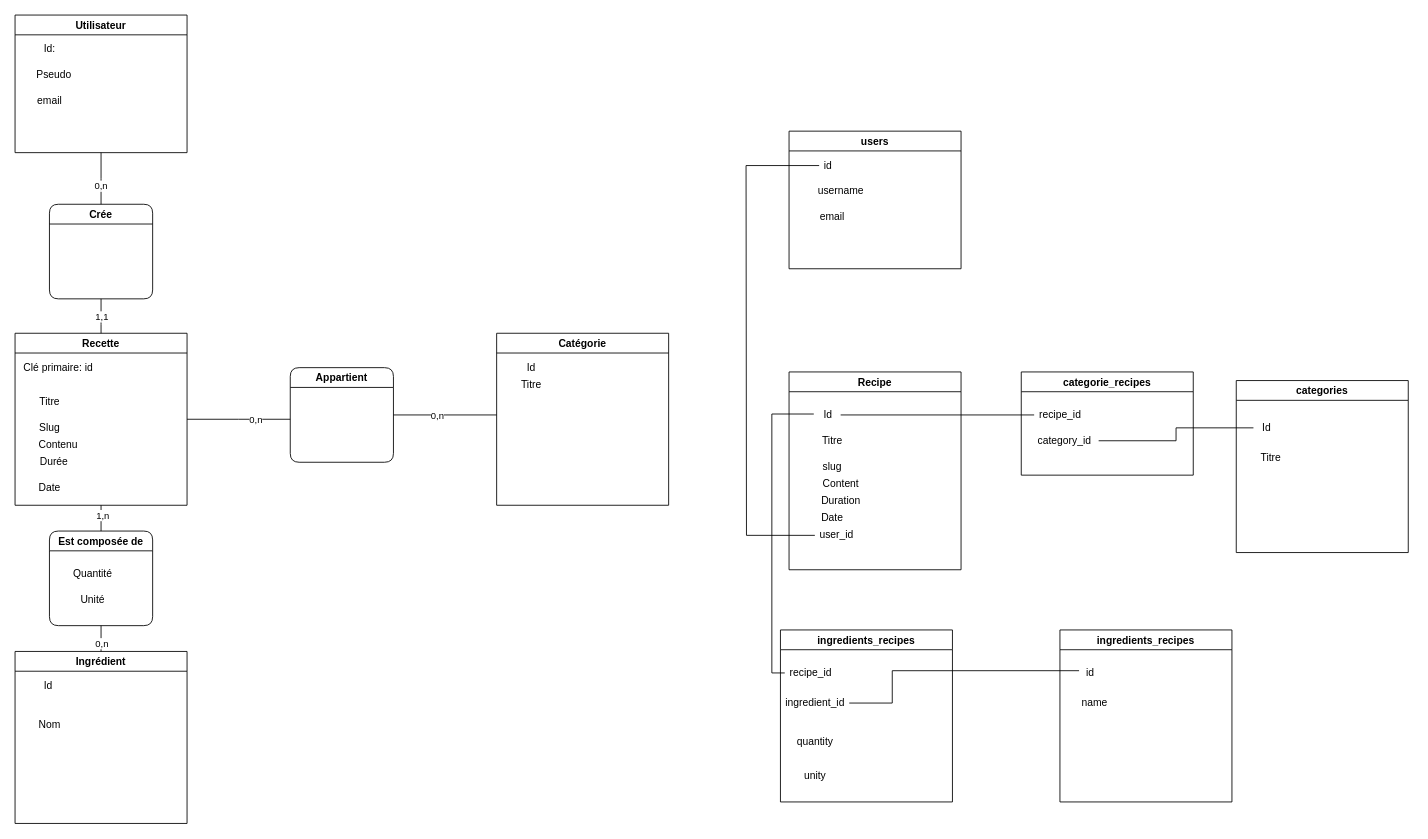
cyrisa02/SQL keeps this draw.io diagram as grafikart.drawio. Above is the earlier version. Source tidied: cells renumbered, new cells numbered last; positions are measured from the earlier drawing's top-left corner, leaving out a move shared by most shapes. Both pictures are drawn from the tidied source at 86%, with x=0, y=0 at pixel (15, 15).
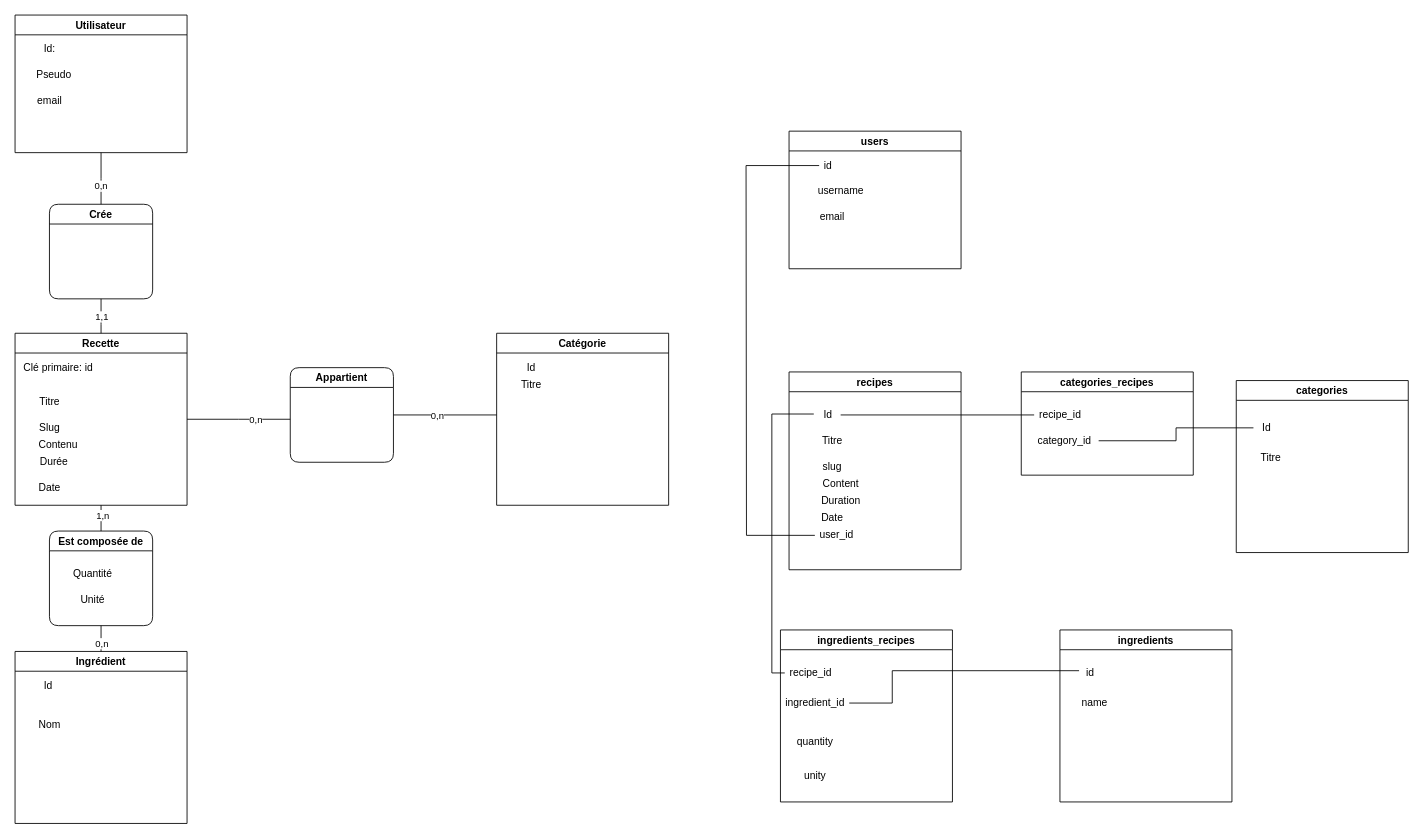
The same page after the edit.

Unchanged cells that the change refers to:
```xml
<mxCell id="46" style="group;" parent="1" vertex="1">
  <mxGeometry x="900" y="415" width="200" height="230" as="geometry" />
</mxCell>
```

What changed in the source:
```diff
@@
-    <mxCell id="47" value="Recipe" style="swimlane;" parent="46" vertex="1">
+    <mxCell id="47" value="recipes" style="swimlane;" parent="46" vertex="1">
       <mxGeometry width="200" height="230" as="geometry" />
     </mxCell>
@@
-    <mxCell id="62" value="categorie_recipes" style="swimlane;" parent="1" vertex="1">
+    <mxCell id="62" value="categories_recipes" style="swimlane;" parent="1" vertex="1">
       <mxGeometry x="1170" y="415" width="200" height="120" as="geometry" />
     </mxCell>
@@
-    <mxCell id="67" value="ingredients_recipes" style="swimlane;" parent="1" vertex="1">
+    <mxCell id="67" value="ingredients" style="swimlane;" parent="1" vertex="1">
       <mxGeometry x="1215" y="715" width="200" height="200" as="geometry" />
     </mxCell>
```
